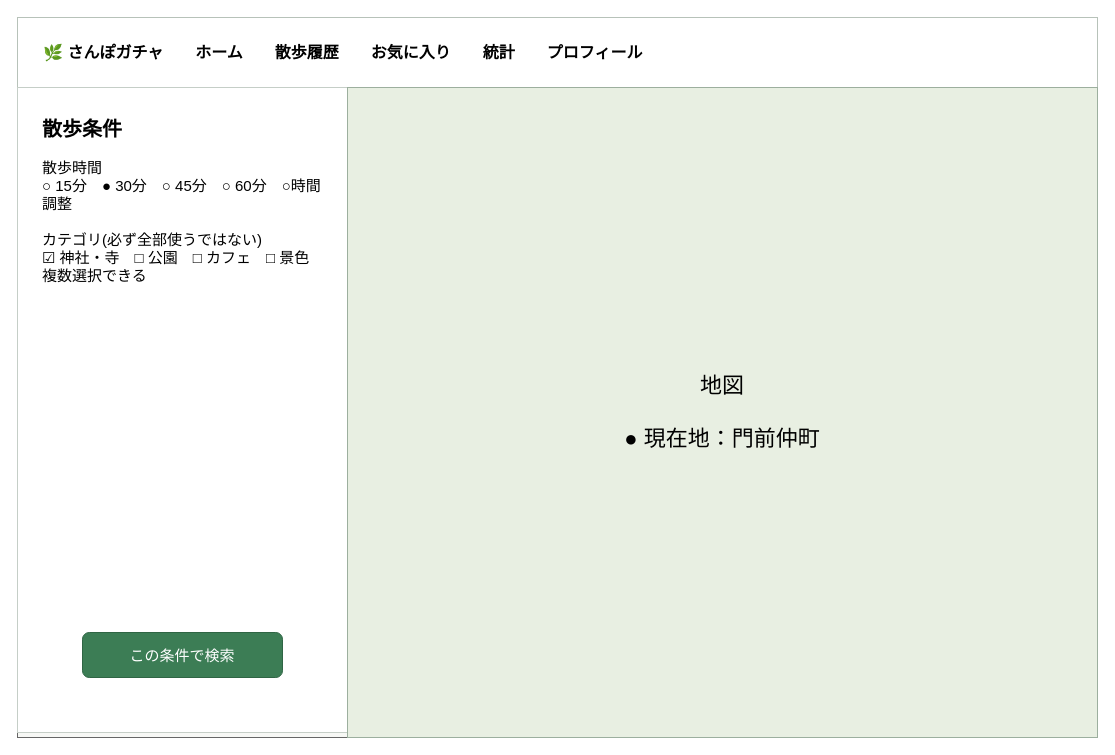
This is page "06_検索" (6 of 17) of docs/sanpogacha.drawio from study-basic-hackathon/sanpo-gacha, a draw.io file, before an edit. Source tidied: cells renumbered, new cells numbered last; positions are measured from the earlier drawing's top-left corner, leaving out a move shared by most shapes. Both pictures are drawn from the tidied source at 100%, with x=0, y=0 at pixel (17, 17).
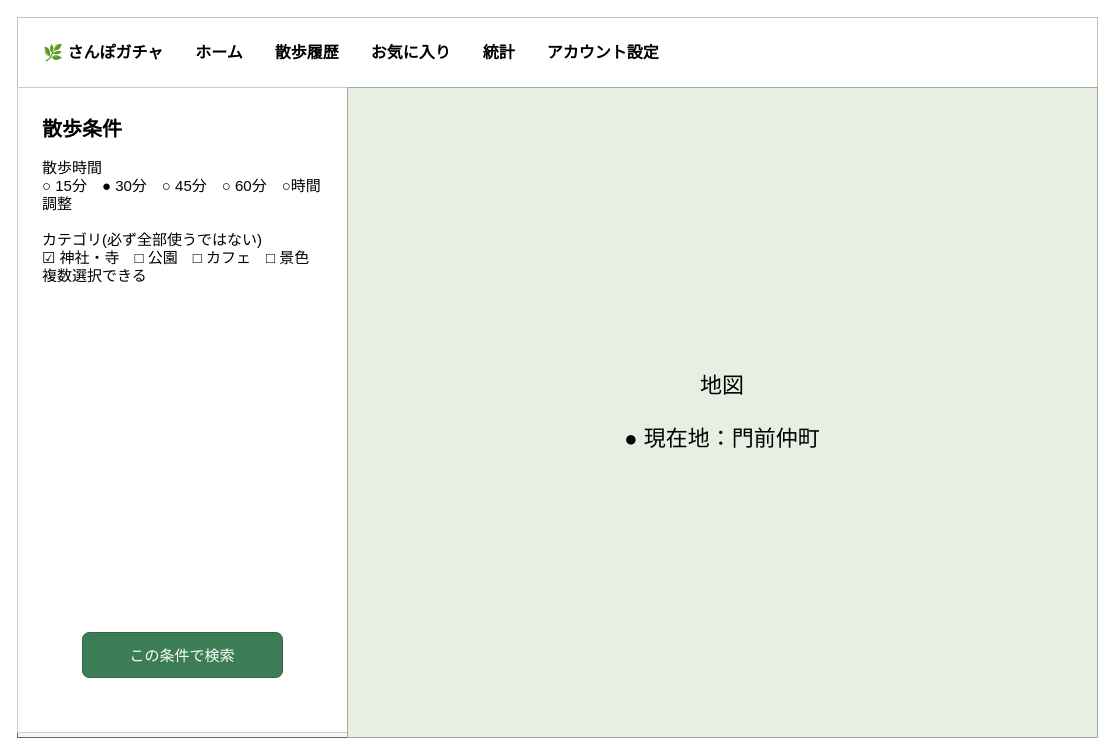
The same page after the edit.

The edit, as a diff of the source:
```diff
@@
 <mxGraphModel>
   <root>
     <mxCell id="0" />
     <mxCell id="1" parent="0" />
     <mxCell id="2" style="whiteSpace=wrap;html=1;fillColor=#f7f8f5;strokeColor=#666666;" parent="1" vertex="1">
       <mxGeometry width="1080" height="720" as="geometry" />
     </mxCell>
-    <mxCell id="3" value="🌿 さんぽガチャ　　ホーム　　散歩履歴　　お気に入り　　統計　　プロフィール" style="whiteSpace=wrap;html=1;align=left;spacingLeft=24;fontSize=16;fontStyle=1;fillColor=#ffffff;strokeColor=#b7c2b9;" parent="1" vertex="1">
+    <mxCell id="3" value="🌿 さんぽガチャ　　ホーム　　散歩履歴　　お気に入り　　統計　　アカウント設定" style="whiteSpace=wrap;html=1;align=left;spacingLeft=24;fontSize=16;fontStyle=1;fillColor=#ffffff;strokeColor=#b7c2b9;" parent="1" vertex="1">
       <mxGeometry width="1080" height="70" as="geometry" />
     </mxCell>
     <mxCell id="4" value="&lt;b style=&quot;font-size:20px&quot;&gt;散歩条件&lt;/b&gt;&lt;br&gt;&lt;br&gt;散歩時間&lt;br&gt;○ 15分　● 30分　○ 45分　○ 60分　○時間調整&lt;br&gt;&lt;br&gt;カテゴリ(必ず全部使うではない)&lt;br&gt;☑ 神社・寺　□ 公園　□ カフェ　□ 景色&lt;div&gt;複数選択できる&lt;/div&gt;&lt;div&gt;&lt;br&gt;&lt;/div&gt;&lt;div&gt;&lt;br&gt;&lt;div&gt;&lt;br&gt;&lt;/div&gt;&lt;div&gt;&lt;br&gt;&lt;/div&gt;&lt;/div&gt;" style="whiteSpace=wrap;html=1;fillColor=#ffffff;strokeColor=#c5cec7;align=left;verticalAlign=top;spacing=25;fontSize=15;" parent="1" vertex="1">
       <mxGeometry y="70" width="330" height="645" as="geometry" />
     </mxCell>
     <mxCell id="5" value="この条件で検索" style="rounded=1;whiteSpace=wrap;html=1;fillColor=#3c7d55;fontColor=#ffffff;strokeColor=#2f6544;fontSize=15;" parent="1" vertex="1">
       <mxGeometry x="65" y="615" width="200" height="45" as="geometry" />
     </mxCell>
     <mxCell id="6" value="地図&lt;br&gt;&lt;br&gt;● 現在地：門前仲町" style="whiteSpace=wrap;html=1;fillColor=#e8efe2;strokeColor=#9caf9e;fontSize=22;" parent="1" vertex="1">
       <mxGeometry x="330" y="70" width="750" height="650" as="geometry" />
     </mxCell>
   </root>
 </mxGraphModel>
```
